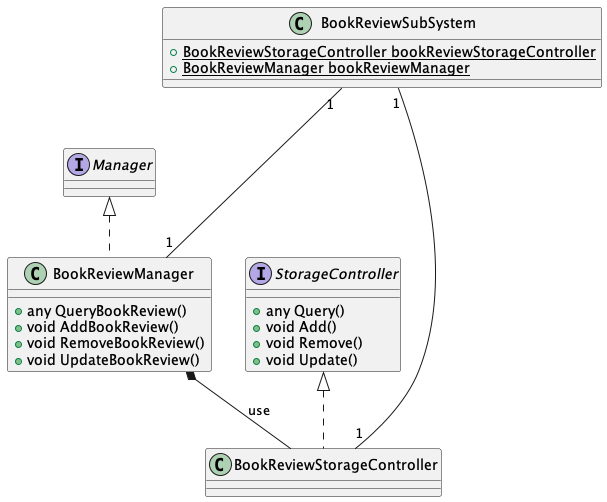
Above: rendered/BookReview.png in ShapeLayer/se-lecture-task__project-structure-definitions (PlantUML), before the change. The source it was exported from:
```plantuml
@startuml
Interface Manager
Interface StorageController {
    + any Query()
    + void Add()
    + void Remove()
    + void Update()
}

class BookReviewManager implements Manager {
    + any QueryBookReview()
    + void AddBookReview()
    + void RemoveBookReview()
    + void UpdateBookReview()
}

class BookReviewStorageController implements StorageController {
}

BookReviewManager *-- BookReviewStorageController : use


class BookReviewSubSystem {
    + {static} BookReviewStorageController bookReviewStorageController
    + {static} BookReviewManager bookReviewManager
}
BookReviewSubSystem "1" --- "1" BookReviewStorageController
BookReviewSubSystem "1" --- "1" BookReviewManager
@enduml
```
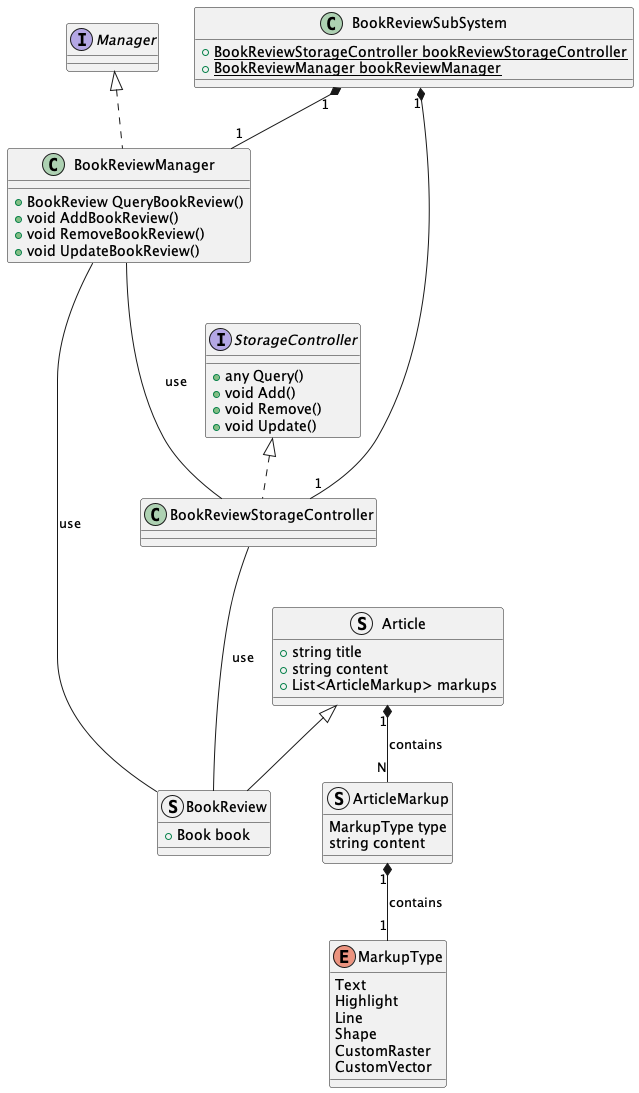
The same diagram one commit later.

What changed in the source:
```diff
@@ -7,23 +7,53 @@
     + void Update()
 }
 
+enum MarkupType {
+    Text
+    Highlight
+    Line
+    Shape
+    CustomRaster
+    CustomVector
+}
+
+struct ArticleMarkup {
+    MarkupType type
+    string content
+}
+
+ArticleMarkup "1" *-- "1" MarkupType : contains
+
+struct Article {
+    + string title
+    + string content
+    + List<ArticleMarkup> markups
+}
+
+Article "1" *-- "N" ArticleMarkup : contains
+
+struct BookReview extends Article {
+    + Book book
+}
+
 class BookReviewManager implements Manager {
-    + any QueryBookReview()
+    + BookReview QueryBookReview()
     + void AddBookReview()
     + void RemoveBookReview()
     + void UpdateBookReview()
 }
 
-class BookReviewStorageController implements StorageController {
-}
+BookReviewManager --- BookReview : use
+BookReviewManager --- BookReviewStorageController : use
 
-BookReviewManager *-- BookReviewStorageController : use
+class BookReviewStorageController implements StorageController {}
+
+BookReviewStorageController --- BookReview : use
 
 
 class BookReviewSubSystem {
     + {static} BookReviewStorageController bookReviewStorageController
     + {static} BookReviewManager bookReviewManager
 }
-BookReviewSubSystem "1" --- "1" BookReviewStorageController
-BookReviewSubSystem "1" --- "1" BookReviewManager
+BookReviewSubSystem "1" *-- "1" BookReviewStorageController
+BookReviewSubSystem "1" *-- "1" BookReviewManager
 @enduml
```
